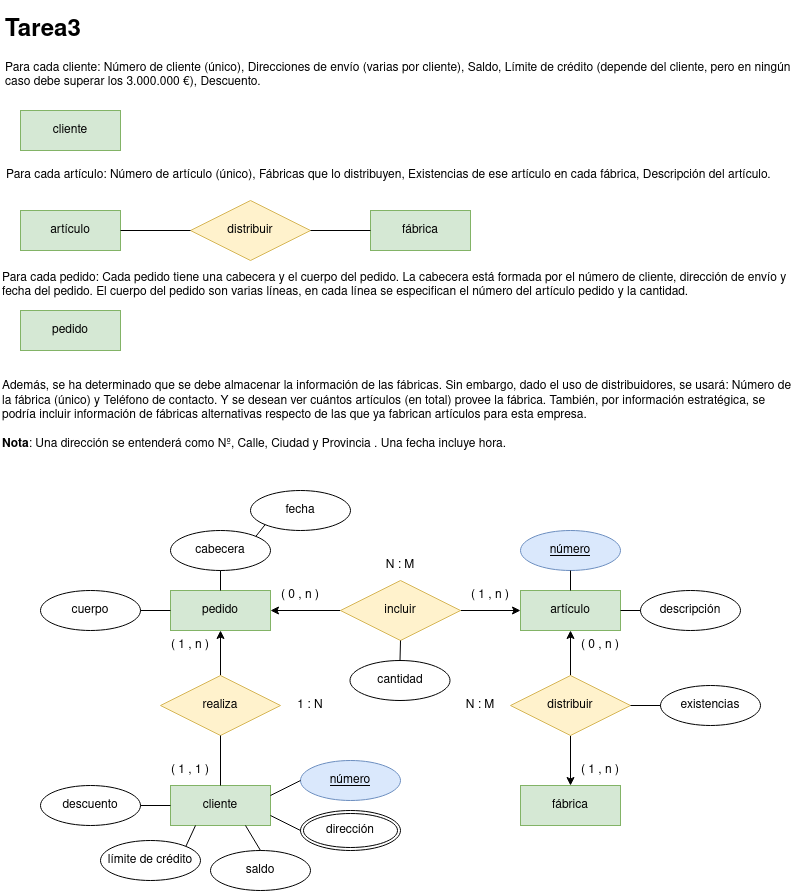
javigh193/bae keeps this draw.io diagram as tareasER/tarea3.png. Above is the earlier version. Source tidied: cells renumbered, new cells last; positions are measured from the earlier drawing's top-left corner, leaving out a move shared by most shapes.
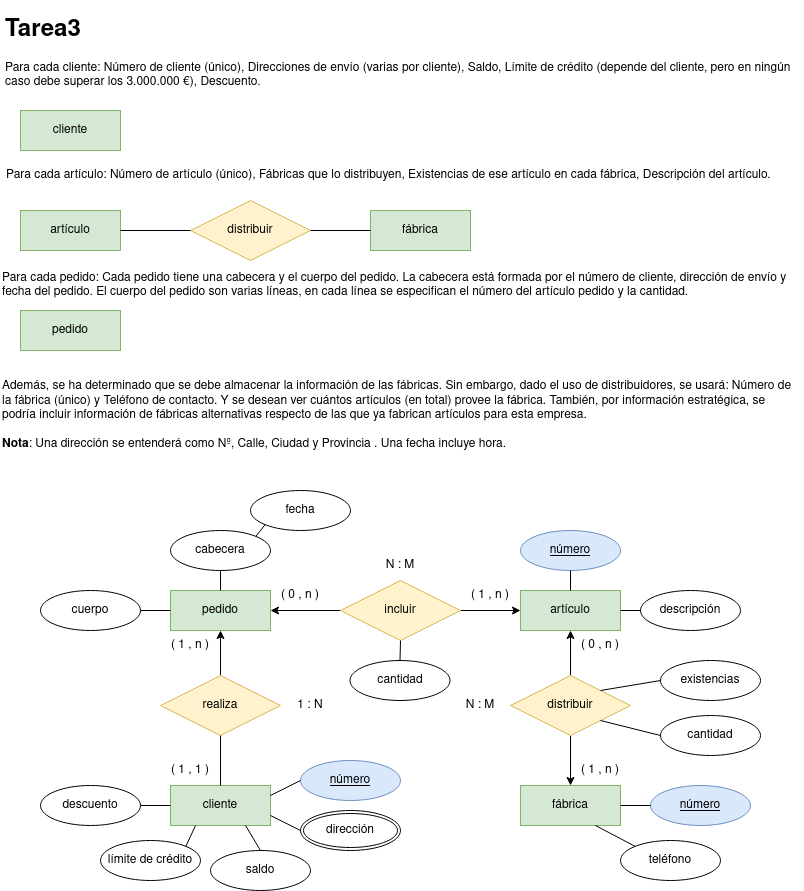
Later version of the same file.

Change to the diagram source:
```diff
@@ -135,9 +135,9 @@
       <mxGeometry x="520" y="520" width="100" height="40" as="geometry" />
     </mxCell>
     <mxCell id="46" value="existencias" style="ellipse;whiteSpace=wrap;html=1;align=center;" parent="1" vertex="1">
-      <mxGeometry x="660" y="675" width="100" height="40" as="geometry" />
+      <mxGeometry x="660" y="650" width="100" height="40" as="geometry" />
     </mxCell>
-    <mxCell id="47" style="endArrow=none;html=1;rounded=0;exitX=0;exitY=0.5;exitDx=0;exitDy=0;entryX=1;entryY=0.5;entryDx=0;entryDy=0;" parent="1" edge="1" source="46" target="24">
+    <mxCell id="47" style="endArrow=none;html=1;rounded=0;exitX=0;exitY=0.5;exitDx=0;exitDy=0;entryX=1;entryY=0;entryDx=0;entryDy=0;" parent="1" edge="1" source="46" target="24">
       <mxGeometry relative="1" as="geometry" />
     </mxCell>
     <mxCell id="48" value="descripción" style="ellipse;whiteSpace=wrap;html=1;align=center;" parent="1" vertex="1">
@@ -173,5 +173,23 @@
     <mxCell id="58" style="endArrow=none;html=1;rounded=0;exitX=0.5;exitY=1;exitDx=0;exitDy=0;entryX=0.5;entryY=0;entryDx=0;entryDy=0;" parent="1" edge="1" source="20" target="57">
       <mxGeometry relative="1" as="geometry" />
     </mxCell>
+    <mxCell id="59" value="número" style="ellipse;whiteSpace=wrap;html=1;align=center;fontStyle=4;fillColor=#dae8fc;strokeColor=#6c8ebf;" parent="1" vertex="1">
+      <mxGeometry x="650" y="775" width="100" height="40" as="geometry" />
+    </mxCell>
+    <mxCell id="60" style="endArrow=none;html=1;rounded=0;entryX=0;entryY=0.5;entryDx=0;entryDy=0;exitX=1;exitY=0.5;exitDx=0;exitDy=0;" parent="1" edge="1" source="21" target="59">
+      <mxGeometry relative="1" as="geometry" />
+    </mxCell>
+    <mxCell id="61" value="teléfono" style="ellipse;whiteSpace=wrap;html=1;align=center;" parent="1" vertex="1">
+      <mxGeometry x="620" y="830" width="100" height="40" as="geometry" />
+    </mxCell>
+    <mxCell id="62" style="endArrow=none;html=1;rounded=0;entryX=0.75;entryY=1;entryDx=0;entryDy=0;exitX=0;exitY=0;exitDx=0;exitDy=0;" parent="1" edge="1" source="61" target="21">
+      <mxGeometry relative="1" as="geometry" />
+    </mxCell>
+    <mxCell id="63" value="cantidad" style="ellipse;whiteSpace=wrap;html=1;align=center;" parent="1" vertex="1">
+      <mxGeometry x="660" y="705" width="100" height="40" as="geometry" />
+    </mxCell>
+    <mxCell id="64" style="endArrow=none;html=1;rounded=0;exitX=0;exitY=0.5;exitDx=0;exitDy=0;entryX=1;entryY=1;entryDx=0;entryDy=0;" parent="1" edge="1" source="63" target="24">
+      <mxGeometry relative="1" as="geometry" />
+    </mxCell>
   </root>
 </mxGraphModel>
```
